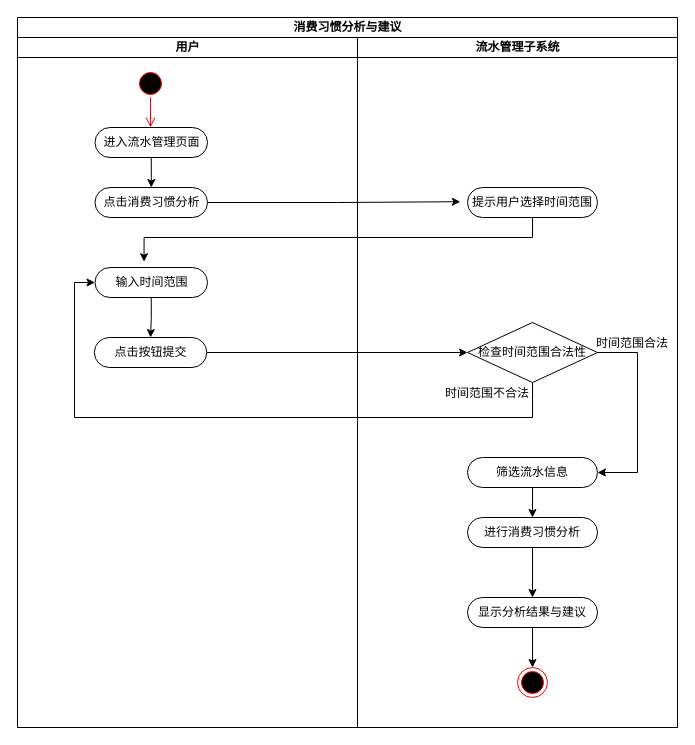
Earlier version of the draw.io diagram 目标分析活动图.drawio (PomeloLemon/SoftwareDiagrams). Source tidied: cells renumbered, new cells numbered last; positions are measured from the earlier drawing's top-left corner, leaving out a move shared by most shapes. Both pictures are drawn from the tidied source at 100%, with x=0, y=0 at pixel (17, 17).
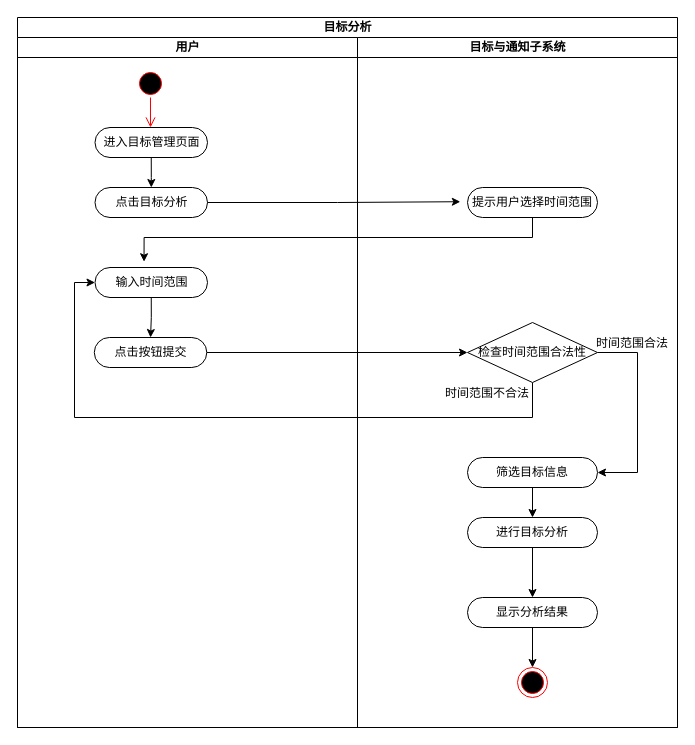
Above is the later version.

Commit message:
更新目标分析活动图.drawio

The change refers to these unchanged cells:
```xml
<mxCell id="3" value="用户" style="swimlane;startSize=20;html=1;" parent="2" vertex="1">
  <mxGeometry y="20" width="340" height="690" as="geometry" />
</mxCell>
```

The edit, as a diff of the source:
```diff
@@
-    <mxCell id="2" value="消费习惯分析与建议" style="swimlane;startSize=20;html=1;" parent="1" vertex="1">
+    <mxCell id="2" value="目标分析" style="swimlane;startSize=20;html=1;" parent="1" vertex="1">
       <mxGeometry width="660" height="710" as="geometry" />
     </mxCell>
@@
-    <mxCell id="7" value="进入流水管理页面" style="rounded=1;whiteSpace=wrap;html=1;shadow=0;comic=0;labelBackgroundColor=none;strokeWidth=1;fontFamily=Verdana;fontSize=12;align=center;arcSize=50;" parent="3" vertex="1">
+    <mxCell id="7" value="进入目标管理页面" style="rounded=1;whiteSpace=wrap;html=1;shadow=0;comic=0;labelBackgroundColor=none;strokeWidth=1;fontFamily=Verdana;fontSize=12;align=center;arcSize=50;" parent="3" vertex="1">
       <mxGeometry x="77.5" y="90" width="112.5" height="30" as="geometry" />
     </mxCell>
-    <mxCell id="8" value="点击消费习惯分析" style="rounded=1;whiteSpace=wrap;html=1;shadow=0;comic=0;labelBackgroundColor=none;strokeWidth=1;fontFamily=Verdana;fontSize=12;align=center;arcSize=50;" parent="3" vertex="1">
+    <mxCell id="8" value="点击目标分析" style="rounded=1;whiteSpace=wrap;html=1;shadow=0;comic=0;labelBackgroundColor=none;strokeWidth=1;fontFamily=Verdana;fontSize=12;align=center;arcSize=50;" parent="3" vertex="1">
       <mxGeometry x="77.5" y="150" width="112.5" height="30" as="geometry" />
     </mxCell>
@@
-    <mxCell id="16" value="流水管理子系统" style="swimlane;startSize=20;html=1;" parent="2" vertex="1">
+    <mxCell id="16" value="目标与通知子系统" style="swimlane;startSize=20;html=1;" parent="2" vertex="1">
       <mxGeometry x="340" y="20" width="320" height="690" as="geometry" />
     </mxCell>
@@
-    <mxCell id="22" value="筛选流水信息" style="rounded=1;whiteSpace=wrap;html=1;shadow=0;comic=0;labelBackgroundColor=none;strokeWidth=1;fontFamily=Verdana;fontSize=12;align=center;arcSize=50;" parent="16" vertex="1">
+    <mxCell id="22" value="筛选目标信息" style="rounded=1;whiteSpace=wrap;html=1;shadow=0;comic=0;labelBackgroundColor=none;strokeWidth=1;fontFamily=Verdana;fontSize=12;align=center;arcSize=50;" parent="16" vertex="1">
       <mxGeometry x="110" y="420" width="130" height="30" as="geometry" />
     </mxCell>
@@
-    <mxCell id="25" value="进行消费习惯分析" style="rounded=1;whiteSpace=wrap;html=1;shadow=0;comic=0;labelBackgroundColor=none;strokeWidth=1;fontFamily=Verdana;fontSize=12;align=center;arcSize=50;" parent="16" vertex="1">
+    <mxCell id="25" value="进行目标分析" style="rounded=1;whiteSpace=wrap;html=1;shadow=0;comic=0;labelBackgroundColor=none;strokeWidth=1;fontFamily=Verdana;fontSize=12;align=center;arcSize=50;" parent="16" vertex="1">
       <mxGeometry x="110" y="480" width="130" height="30" as="geometry" />
     </mxCell>
@@
-    <mxCell id="27" value="显示分析结果与建议" style="rounded=1;whiteSpace=wrap;html=1;shadow=0;comic=0;labelBackgroundColor=none;strokeWidth=1;fontFamily=Verdana;fontSize=12;align=center;arcSize=50;" parent="16" vertex="1">
+    <mxCell id="27" value="显示分析结果" style="rounded=1;whiteSpace=wrap;html=1;shadow=0;comic=0;labelBackgroundColor=none;strokeWidth=1;fontFamily=Verdana;fontSize=12;align=center;arcSize=50;" parent="16" vertex="1">
       <mxGeometry x="110" y="560" width="130" height="30" as="geometry" />
     </mxCell>
```
